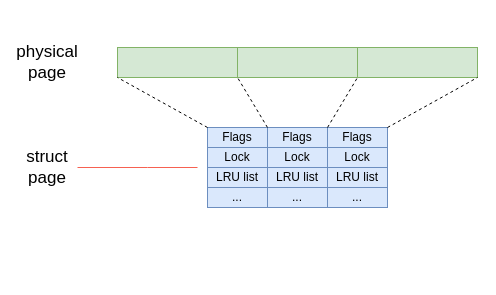
GadeevDmitry/Bachelor-diploma keeps this draw.io diagram as images/struct_page.drawio. Above is the earlier version. Source tidied: cells renumbered, new cells numbered last; positions are measured from the earlier drawing's top-left corner, leaving out a move shared by most shapes. Both pictures are drawn from the tidied source at 100%, with x=0, y=0 at pixel (17, 47).
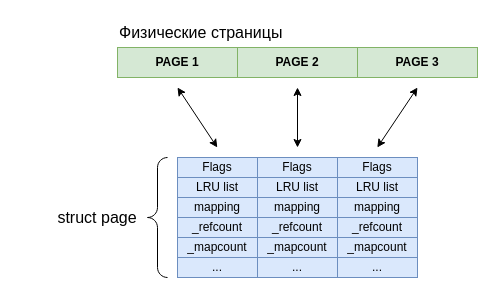
The same page after the edit.

What changed in the source:
```diff
@@
-    <mxCell id="2" style="rounded=0;whiteSpace=wrap;html=1;fillColor=#d5e8d4;strokeColor=#82b366;" parent="1" vertex="1">
+    <mxCell id="2" value="&lt;b&gt;PAGE 2&lt;/b&gt;" style="rounded=0;whiteSpace=wrap;html=1;fillColor=#d5e8d4;strokeColor=#82b366;" parent="1" vertex="1">
       <mxGeometry x="220" width="120" height="30" as="geometry" />
     </mxCell>
-    <mxCell id="3" value="&lt;font style=&quot;font-size: 17px;&quot;&gt;physical page&lt;/font&gt;" style="text;html=1;whiteSpace=wrap;strokeColor=none;fillColor=none;align=center;verticalAlign=middle;rounded=0;" parent="1" vertex="1">
-      <mxGeometry width="60" height="30" as="geometry" />
+    <mxCell id="3" value="&lt;div align=&quot;left&quot;&gt;&lt;font style=&quot;font-size: 16px;&quot;&gt;Физические страницы&lt;/font&gt;&lt;/div&gt;" style="text;html=1;whiteSpace=wrap;strokeColor=none;fillColor=none;align=left;verticalAlign=middle;rounded=0;" parent="1" vertex="1">
+      <mxGeometry x="100" y="-30" width="200" height="30" as="geometry" />
     </mxCell>
-    <mxCell id="4" style="rounded=0;whiteSpace=wrap;html=1;fillColor=#d5e8d4;strokeColor=#82b366;" parent="1" vertex="1">
+    <mxCell id="4" value="&lt;b&gt;PAGE 3&lt;/b&gt;" style="rounded=0;whiteSpace=wrap;html=1;fillColor=#d5e8d4;strokeColor=#82b366;" parent="1" vertex="1">
       <mxGeometry x="340" width="120" height="30" as="geometry" />
     </mxCell>
-    <mxCell id="5" style="rounded=0;whiteSpace=wrap;html=1;fillColor=#d5e8d4;strokeColor=#82b366;" parent="1" vertex="1">
+    <mxCell id="5" value="&lt;b&gt;PAGE 1&lt;/b&gt;" style="rounded=0;whiteSpace=wrap;html=1;fillColor=#d5e8d4;strokeColor=#82b366;" parent="1" vertex="1">
       <mxGeometry x="100" width="120" height="30" as="geometry" />
     </mxCell>
-    <mxCell id="6" style="group;" parent="1" vertex="1">
-      <mxGeometry x="250" y="80" width="60" height="80" as="geometry" />
-    </mxCell>
-    <mxCell id="7" value="Flags" style="rounded=0;whiteSpace=wrap;html=1;strokeColor=#6c8ebf;align=center;verticalAlign=middle;fontFamily=Helvetica;fontSize=12;fontColor=default;fillColor=#dae8fc;" parent="6" vertex="1">
-      <mxGeometry width="60" height="20" as="geometry" />
-    </mxCell>
-    <mxCell id="8" value="Lock" style="rounded=0;whiteSpace=wrap;html=1;strokeColor=#6c8ebf;align=center;verticalAlign=middle;fontFamily=Helvetica;fontSize=12;fontColor=default;fillColor=#dae8fc;" parent="6" vertex="1">
-      <mxGeometry y="20" width="60" height="20" as="geometry" />
-    </mxCell>
-    <mxCell id="9" value="LRU list" style="rounded=0;whiteSpace=wrap;html=1;strokeColor=#6c8ebf;align=center;verticalAlign=middle;fontFamily=Helvetica;fontSize=12;fontColor=default;fillColor=#dae8fc;" parent="6" vertex="1">
-      <mxGeometry y="40" width="60" height="20" as="geometry" />
-    </mxCell>
-    <mxCell id="10" value="..." style="rounded=0;whiteSpace=wrap;html=1;strokeColor=#6c8ebf;align=center;verticalAlign=middle;fontFamily=Helvetica;fontSize=12;fontColor=default;fillColor=#dae8fc;" parent="6" vertex="1">
-      <mxGeometry y="60" width="60" height="20" as="geometry" />
-    </mxCell>
+    <mxCell id="27" style="group;" parent="1" vertex="1">
+      <mxGeometry x="240" y="110" width="80" height="120" as="geometry" />
+    </mxCell>
+    <mxCell id="28" value="Flags" style="rounded=0;whiteSpace=wrap;html=1;fillColor=#dae8fc;strokeColor=#6c8ebf;" parent="27" vertex="1">
+      <mxGeometry width="80" height="20" as="geometry" />
+    </mxCell>
+    <mxCell id="29" value="LRU list" style="rounded=0;whiteSpace=wrap;html=1;fillColor=#dae8fc;strokeColor=#6c8ebf;" parent="27" vertex="1">
+      <mxGeometry y="20" width="80" height="20" as="geometry" />
+    </mxCell>
+    <mxCell id="30" value="_mapcount" style="rounded=0;whiteSpace=wrap;html=1;fillColor=#dae8fc;strokeColor=#6c8ebf;" parent="27" vertex="1">
+      <mxGeometry y="80" width="80" height="20" as="geometry" />
+    </mxCell>
+    <mxCell id="31" value="_refcount" style="rounded=0;whiteSpace=wrap;html=1;fillColor=#dae8fc;strokeColor=#6c8ebf;" parent="27" vertex="1">
+      <mxGeometry y="60" width="80" height="20" as="geometry" />
+    </mxCell>
+    <mxCell id="32" value="mapping" style="rounded=0;whiteSpace=wrap;html=1;fillColor=#dae8fc;strokeColor=#6c8ebf;" parent="27" vertex="1">
+      <mxGeometry y="40" width="80" height="20" as="geometry" />
+    </mxCell>
+    <mxCell id="33" value="..." style="rounded=0;whiteSpace=wrap;html=1;fillColor=#dae8fc;strokeColor=#6c8ebf;" parent="27" vertex="1">
+      <mxGeometry y="100" width="80" height="20" as="geometry" />
+    </mxCell>
+    <mxCell id="34" style="group;" parent="1" vertex="1">
+      <mxGeometry x="320" y="110" width="80" height="120" as="geometry" />
+    </mxCell>
+    <mxCell id="35" value="Flags" style="rounded=0;whiteSpace=wrap;html=1;fillColor=#dae8fc;strokeColor=#6c8ebf;" parent="34" vertex="1">
+      <mxGeometry width="80" height="20" as="geometry" />
+    </mxCell>
+    <mxCell id="36" value="LRU list" style="rounded=0;whiteSpace=wrap;html=1;fillColor=#dae8fc;strokeColor=#6c8ebf;" parent="34" vertex="1">
+      <mxGeometry y="20" width="80" height="20" as="geometry" />
+    </mxCell>
+    <mxCell id="37" value="_mapcount" style="rounded=0;whiteSpace=wrap;html=1;fillColor=#dae8fc;strokeColor=#6c8ebf;" parent="34" vertex="1">
+      <mxGeometry y="80" width="80" height="20" as="geometry" />
+    </mxCell>
+    <mxCell id="38" value="_refcount" style="rounded=0;whiteSpace=wrap;html=1;fillColor=#dae8fc;strokeColor=#6c8ebf;" parent="34" vertex="1">
+      <mxGeometry y="60" width="80" height="20" as="geometry" />
+    </mxCell>
+    <mxCell id="39" value="mapping" style="rounded=0;whiteSpace=wrap;html=1;fillColor=#dae8fc;strokeColor=#6c8ebf;" parent="34" vertex="1">
+      <mxGeometry y="40" width="80" height="20" as="geometry" />
+    </mxCell>
+    <mxCell id="40" value="..." style="rounded=0;whiteSpace=wrap;html=1;fillColor=#dae8fc;strokeColor=#6c8ebf;" parent="34" vertex="1">
+      <mxGeometry y="100" width="80" height="20" as="geometry" />
+    </mxCell>
+    <mxCell id="41" style="group;" parent="1" vertex="1">
+      <mxGeometry x="160" y="110" width="80" height="120" as="geometry" />
+    </mxCell>
+    <mxCell id="42" value="Flags" style="rounded=0;whiteSpace=wrap;html=1;fillColor=#dae8fc;strokeColor=#6c8ebf;" parent="41" vertex="1">
+      <mxGeometry width="80" height="20" as="geometry" />
+    </mxCell>
+    <mxCell id="43" value="LRU list" style="rounded=0;whiteSpace=wrap;html=1;fillColor=#dae8fc;strokeColor=#6c8ebf;" parent="41" vertex="1">
+      <mxGeometry y="20" width="80" height="20" as="geometry" />
+    </mxCell>
+    <mxCell id="44" value="_mapcount" style="rounded=0;whiteSpace=wrap;html=1;fillColor=#dae8fc;strokeColor=#6c8ebf;" parent="41" vertex="1">
+      <mxGeometry y="80" width="80" height="20" as="geometry" />
+    </mxCell>
+    <mxCell id="45" value="_refcount" style="rounded=0;whiteSpace=wrap;html=1;fillColor=#dae8fc;strokeColor=#6c8ebf;" parent="41" vertex="1">
+      <mxGeometry y="60" width="80" height="20" as="geometry" />
+    </mxCell>
+    <mxCell id="46" value="mapping" style="rounded=0;whiteSpace=wrap;html=1;fillColor=#dae8fc;strokeColor=#6c8ebf;" parent="41" vertex="1">
+      <mxGeometry y="40" width="80" height="20" as="geometry" />
+    </mxCell>
+    <mxCell id="47" value="..." style="rounded=0;whiteSpace=wrap;html=1;fillColor=#dae8fc;strokeColor=#6c8ebf;" parent="41" vertex="1">
+      <mxGeometry y="100" width="80" height="20" as="geometry" />
+    </mxCell>
+    <mxCell id="48" style="endArrow=classic;startArrow=classic;html=1;rounded=0;" parent="1" edge="1">
+      <mxGeometry relative="1" as="geometry">
+        <mxPoint x="280" y="100" as="sourcePoint" />
+        <mxPoint x="280" y="40" as="targetPoint" />
+      </mxGeometry>
+    </mxCell>
+    <mxCell id="49" style="endArrow=classic;startArrow=classic;html=1;rounded=0;" parent="1" edge="1">
+      <mxGeometry relative="1" as="geometry">
+        <mxPoint x="359.8" y="100" as="sourcePoint" />
+        <mxPoint x="400" y="40" as="targetPoint" />
+      </mxGeometry>
+    </mxCell>
+    <mxCell id="50" style="endArrow=classic;startArrow=classic;html=1;rounded=0;" parent="1" edge="1">
+      <mxGeometry relative="1" as="geometry">
+        <mxPoint x="199.8" y="100" as="sourcePoint" />
+        <mxPoint x="160" y="40" as="targetPoint" />
+      </mxGeometry>
+    </mxCell>
+    <mxCell id="51" style="labelPosition=right;align=left;strokeWidth=1;shape=mxgraph.mockup.markup.curlyBrace;html=1;shadow=0;dashed=0;strokeColor=light-dark(#000000, #6a6a6a);direction=north;" parent="1" vertex="1">
+      <mxGeometry x="130" y="110" width="20" height="120" as="geometry" />
+    </mxCell>
-    <mxCell id="11" value="&lt;font style=&quot;font-size: 17px;&quot;&gt;struct page&lt;/font&gt;" style="text;html=1;whiteSpace=wrap;strokeColor=none;fillColor=none;align=center;verticalAlign=middle;rounded=0;" parent="1" vertex="1">
-      <mxGeometry y="102.5" width="60" height="35" as="geometry" />
+    <mxCell id="11" value="&lt;font style=&quot;font-size: 16px;&quot;&gt;struct page&lt;/font&gt;" style="text;html=1;whiteSpace=wrap;strokeColor=none;fillColor=none;align=center;verticalAlign=middle;rounded=0;" parent="1" vertex="1">
+      <mxGeometry x="30" y="155" width="100" height="30" as="geometry" />
     </mxCell>
-    <mxCell id="12" style="group;" parent="1" vertex="1">
-      <mxGeometry x="310" y="80" width="60" height="80" as="geometry" />
-    </mxCell>
-    <mxCell id="13" value="Flags" style="rounded=0;whiteSpace=wrap;html=1;strokeColor=#6c8ebf;align=center;verticalAlign=middle;fontFamily=Helvetica;fontSize=12;fontColor=default;fillColor=#dae8fc;" parent="12" vertex="1">
-      <mxGeometry width="60" height="20" as="geometry" />
-    </mxCell>
-    <mxCell id="14" value="Lock" style="rounded=0;whiteSpace=wrap;html=1;strokeColor=#6c8ebf;align=center;verticalAlign=middle;fontFamily=Helvetica;fontSize=12;fontColor=default;fillColor=#dae8fc;" parent="12" vertex="1">
-      <mxGeometry y="20" width="60" height="20" as="geometry" />
-    </mxCell>
-    <mxCell id="15" value="LRU list" style="rounded=0;whiteSpace=wrap;html=1;strokeColor=#6c8ebf;align=center;verticalAlign=middle;fontFamily=Helvetica;fontSize=12;fontColor=default;fillColor=#dae8fc;" parent="12" vertex="1">
-      <mxGeometry y="40" width="60" height="20" as="geometry" />
-    </mxCell>
-    <mxCell id="16" value="..." style="rounded=0;whiteSpace=wrap;html=1;strokeColor=#6c8ebf;align=center;verticalAlign=middle;fontFamily=Helvetica;fontSize=12;fontColor=default;fillColor=#dae8fc;" parent="12" vertex="1">
-      <mxGeometry y="60" width="60" height="20" as="geometry" />
-    </mxCell>
-    <mxCell id="17" style="group;fillColor=#dae8fc;strokeColor=#6c8ebf;" parent="1" vertex="1">
-      <mxGeometry x="190" y="80" width="60" height="80" as="geometry" />
-    </mxCell>
-    <mxCell id="18" value="Flags" style="rounded=0;whiteSpace=wrap;html=1;strokeColor=#6c8ebf;align=center;verticalAlign=middle;fontFamily=Helvetica;fontSize=12;fontColor=default;fillColor=#dae8fc;" parent="17" vertex="1">
-      <mxGeometry width="60" height="20" as="geometry" />
-    </mxCell>
-    <mxCell id="19" value="Lock" style="rounded=0;whiteSpace=wrap;html=1;strokeColor=#6c8ebf;align=center;verticalAlign=middle;fontFamily=Helvetica;fontSize=12;fontColor=default;fillColor=#dae8fc;" parent="17" vertex="1">
-      <mxGeometry y="20" width="60" height="20" as="geometry" />
-    </mxCell>
-    <mxCell id="20" value="LRU list" style="rounded=0;whiteSpace=wrap;html=1;strokeColor=#6c8ebf;align=center;verticalAlign=middle;fontFamily=Helvetica;fontSize=12;fontColor=default;fillColor=#dae8fc;" parent="17" vertex="1">
-      <mxGeometry y="40" width="60" height="20" as="geometry" />
-    </mxCell>
-    <mxCell id="21" value="..." style="rounded=0;whiteSpace=wrap;html=1;fillColor=#dae8fc;strokeColor=#6c8ebf;" parent="17" vertex="1">
-      <mxGeometry y="60" width="60" height="20" as="geometry" />
-    </mxCell>
-    <mxCell id="22" style="endArrow=none;html=1;rounded=0;exitX=1;exitY=0.5;exitDx=0;exitDy=0;curved=0;strokeColor=light-dark(#f66151, #ededed);fillColor=#f8cecc;gradientColor=#ea6b66;flowAnimation=0;shadow=0;jumpStyle=none;sourcePerimeterSpacing=0;" parent="1" edge="1" source="11">
-      <mxGeometry relative="1" as="geometry">
-        <mxPoint x="180" y="120" as="targetPoint" />
-        <Array as="points">
-          <mxPoint x="130" y="120" />
-        </Array>
-      </mxGeometry>
-    </mxCell>
-    <mxCell id="23" style="rounded=0;jettySize=auto;html=1;exitX=0;exitY=0;exitDx=0;exitDy=0;entryX=0;entryY=1;entryDx=0;entryDy=0;startArrow=none;startFill=0;dashed=1;endArrow=none;endFill=0;" parent="1" edge="1" source="18" target="5">
-      <mxGeometry relative="1" as="geometry" />
-    </mxCell>
-    <mxCell id="24" style="rounded=0;jettySize=auto;html=1;exitX=1;exitY=0;exitDx=0;exitDy=0;entryX=1;entryY=1;entryDx=0;entryDy=0;dashed=1;endArrow=none;endFill=0;" parent="1" edge="1" source="18" target="5">
-      <mxGeometry relative="1" as="geometry" />
-    </mxCell>
-    <mxCell id="25" style="rounded=0;jettySize=auto;html=1;exitX=0;exitY=0;exitDx=0;exitDy=0;entryX=0;entryY=1;entryDx=0;entryDy=0;dashed=1;startArrow=none;startFill=0;endArrow=none;endFill=0;" parent="1" edge="1" source="13" target="4">
-      <mxGeometry relative="1" as="geometry" />
-    </mxCell>
-    <mxCell id="26" style="rounded=0;jettySize=auto;html=1;exitX=1;exitY=0;exitDx=0;exitDy=0;entryX=1;entryY=1;entryDx=0;entryDy=0;dashed=1;endArrow=none;endFill=0;" parent="1" edge="1" source="13" target="4">
-      <mxGeometry relative="1" as="geometry" />
-    </mxCell>
```
